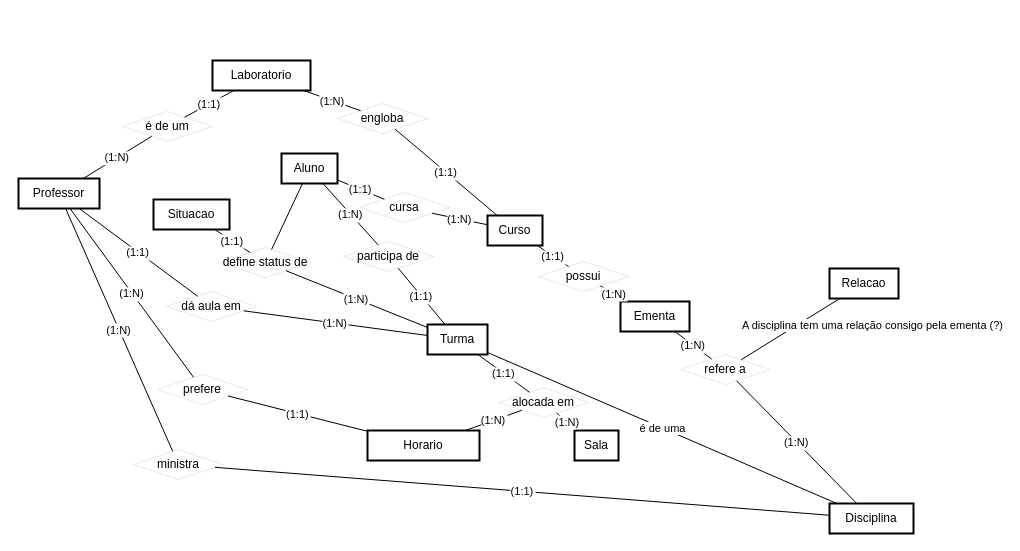
Earlier version of the draw.io diagram page "Conceitual" (1 of 8) of Files/Texto/Markdown/Diagrama ER.drawio (UENF-Organizacao-de-Disciplinas/INF01131-Monografia). Source tidied: cells renumbered, new cells numbered last; positions are measured from the earlier drawing's top-left corner, leaving out a move shared by most shapes. Both pictures are drawn from the tidied source at 100%, with x=0, y=0 at pixel (18, 60).
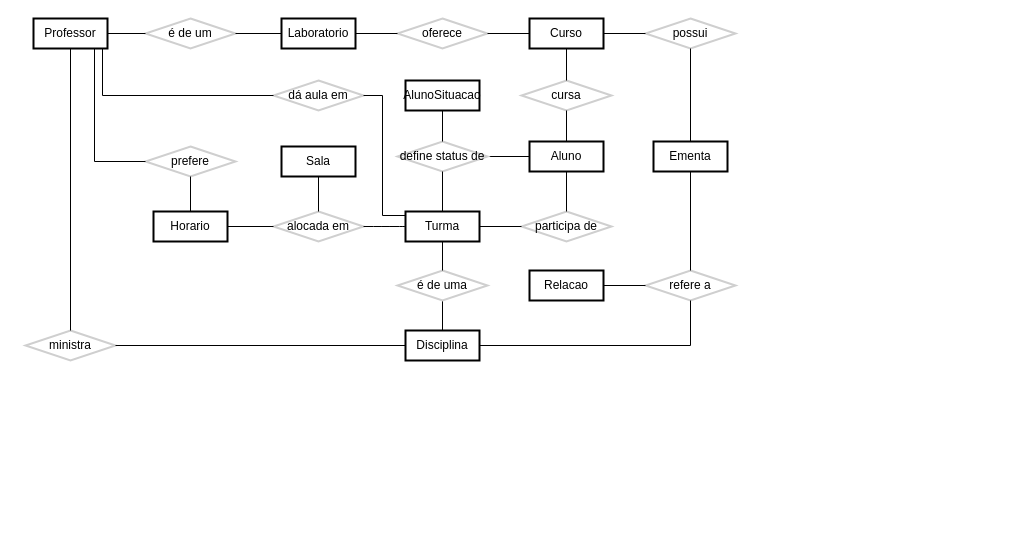
Above is the later version.

The edit, as a diff of the source:
```diff
@@
     <mxCell id="2" value="Aluno" style="whiteSpace=wrap;strokeWidth=2;" parent="1" vertex="1">
-      <mxGeometry x="263" y="93" width="56" height="30" as="geometry" />
+      <mxGeometry x="511" y="81" width="74" height="30" as="geometry" />
     </mxCell>
-    <mxCell id="3" value="cursa" style="rhombus;strokeWidth=0;whiteSpace=wrap;fillColor=none;strokeColor=#310c0c;" parent="1" vertex="1">
-      <mxGeometry x="341" y="132" width="90" height="30" as="geometry" />
+    <mxCell id="3" value="cursa" style="rhombus;strokeWidth=2;whiteSpace=wrap;fillColor=none;strokeColor=#CFCFCF;" parent="1" vertex="1">
+      <mxGeometry x="503" y="20" width="90" height="30" as="geometry" />
     </mxCell>
     <mxCell id="4" value="Curso" style="whiteSpace=wrap;strokeWidth=2;" parent="1" vertex="1">
-      <mxGeometry x="469" y="155" width="55" height="30" as="geometry" />
+      <mxGeometry x="511" y="-42" width="74" height="30" as="geometry" />
     </mxCell>
-    <mxCell id="5" value="possui" style="rhombus;strokeWidth=0;whiteSpace=wrap;fillColor=none;strokeColor=#310c0c;" parent="1" vertex="1">
-      <mxGeometry x="520" y="201" width="90" height="30" as="geometry" />
+    <mxCell id="5" value="possui" style="rhombus;strokeWidth=2;whiteSpace=wrap;fillColor=none;strokeColor=#CFCFCF;" parent="1" vertex="1">
+      <mxGeometry x="627" y="-42" width="90" height="30" as="geometry" />
     </mxCell>
     <mxCell id="6" value="Ementa" style="whiteSpace=wrap;strokeWidth=2;" parent="1" vertex="1">
-      <mxGeometry x="602" y="241" width="69" height="30" as="geometry" />
+      <mxGeometry x="635" y="81" width="74" height="30" as="geometry" />
     </mxCell>
-    <mxCell id="7" value="engloba" style="rhombus;strokeWidth=0;whiteSpace=wrap;fillColor=none;strokeColor=#310c0c;" parent="1" vertex="1">
-      <mxGeometry x="319" y="43" width="90" height="30" as="geometry" />
+    <mxCell id="7" value="oferece" style="rhombus;strokeWidth=2;whiteSpace=wrap;fillColor=none;strokeColor=#CFCFCF;" parent="1" vertex="1">
+      <mxGeometry x="379" y="-42" width="90" height="30" as="geometry" />
     </mxCell>
     <mxCell id="8" value="Laboratorio" style="whiteSpace=wrap;strokeWidth=2;" parent="1" vertex="1">
-      <mxGeometry x="194" width="98" height="30" as="geometry" />
+      <mxGeometry x="263" y="-42" width="74" height="30" as="geometry" />
     </mxCell>
-    <mxCell id="9" value="é de um" style="rhombus;strokeWidth=0;whiteSpace=wrap;fillColor=none;strokeColor=#310c0c;" parent="1" vertex="1">
-      <mxGeometry x="104" y="51" width="90" height="30" as="geometry" />
+    <mxCell id="9" value="é de um" style="rhombus;strokeWidth=2;whiteSpace=wrap;fillColor=none;strokeColor=#CFCFCF;" parent="1" vertex="1">
+      <mxGeometry x="127" y="-42" width="90" height="30" as="geometry" />
     </mxCell>
-    <mxCell id="10" value="A disciplina tem uma relação consigo pela ementa (?)" style="rounded=0;jettySize=auto;html=1;startArrow=none;startFill=0;endArrow=none;endFill=0;" parent="1" edge="1" source="14" target="50">
-      <mxGeometry x="1" y="-42" relative="1" as="geometry">
-        <mxPoint x="11" y="-9" as="offset" />
-      </mxGeometry>
-    </mxCell>
-    <mxCell id="11" value="é de uma" style="rounded=0;jettySize=auto;html=1;endArrow=none;endFill=0;" parent="1" edge="1" source="12" target="39">
+    <mxCell id="11" style="rounded=0;jettySize=auto;html=1;endArrow=none;endFill=0;" parent="1" edge="1" source="12" target="52">
       <mxGeometry relative="1" as="geometry" />
     </mxCell>
     <mxCell id="12" value="Disciplina" style="whiteSpace=wrap;strokeWidth=2;" parent="1" vertex="1">
-      <mxGeometry x="811" y="443" width="84" height="30" as="geometry" />
+      <mxGeometry x="387" y="270" width="74" height="30" as="geometry" />
     </mxCell>
-    <mxCell id="13" value="ministra" style="rhombus;strokeWidth=0;whiteSpace=wrap;fillColor=none;strokeColor=#310c0c;" parent="1" vertex="1">
-      <mxGeometry x="115" y="389" width="90" height="30" as="geometry" />
+    <mxCell id="13" value="ministra" style="rhombus;strokeWidth=2;whiteSpace=wrap;fillColor=none;strokeColor=#CFCFCF;" parent="1" vertex="1">
+      <mxGeometry x="7" y="270" width="90" height="30" as="geometry" />
     </mxCell>
-    <mxCell id="14" value="refere a" style="rhombus;strokeWidth=0;whiteSpace=wrap;fillColor=none;strokeColor=#310c0c;" parent="1" vertex="1">
-      <mxGeometry x="662" y="294" width="90" height="30" as="geometry" />
+    <mxCell id="14" value="refere a" style="rhombus;strokeWidth=2;whiteSpace=wrap;fillColor=none;strokeColor=#CFCFCF;" parent="1" vertex="1">
+      <mxGeometry x="627" y="210" width="90" height="30" as="geometry" />
     </mxCell>
-    <mxCell id="15" value="participa de" style="rhombus;strokeWidth=0;whiteSpace=wrap;fillColor=none;strokeColor=#310c0c;" parent="1" vertex="1">
-      <mxGeometry x="325" y="181" width="90" height="30" as="geometry" />
+    <mxCell id="15" value="participa de" style="rhombus;strokeWidth=2;whiteSpace=wrap;fillColor=none;strokeColor=#CFCFCF;" parent="1" vertex="1">
+      <mxGeometry x="503" y="151" width="90" height="30" as="geometry" />
     </mxCell>
-    <mxCell id="16" value="dá aula em" style="rhombus;strokeWidth=0;whiteSpace=wrap;fillColor=none;strokeColor=#310c0c;" parent="1" vertex="1">
-      <mxGeometry x="148" y="231" width="90" height="30" as="geometry" />
+    <mxCell id="16" value="dá aula em" style="rhombus;strokeWidth=2;whiteSpace=wrap;fillColor=none;strokeColor=#CFCFCF;" parent="1" vertex="1">
+      <mxGeometry x="255" y="20" width="90" height="30" as="geometry" />
     </mxCell>
-    <mxCell id="17" value="(1:1)" style="startArrow=none;endArrow=none;rounded=0;startFill=0;endFill=0;elbow=vertical;jumpStyle=none;shadow=0;" parent="1" edge="1" source="2" target="3">
+    <mxCell id="17" style="startArrow=none;endArrow=none;rounded=0;startFill=0;endFill=0;elbow=vertical;jumpStyle=none;shadow=0;" parent="1" edge="1" source="2" target="3">
       <mxGeometry relative="1" as="geometry" />
     </mxCell>
-    <mxCell id="18" value="(1:N)" style="startArrow=none;endArrow=none;rounded=0;startFill=0;endFill=0;elbow=vertical;jumpStyle=none;shadow=0;" parent="1" edge="1" source="3" target="4">
-      <mxGeometry relative="1" as="geometry" />
+    <mxCell id="18" style="startArrow=none;endArrow=none;rounded=0;startFill=0;endFill=0;elbow=vertical;jumpStyle=none;shadow=0;" parent="1" edge="1" source="3" target="4">
+      <mxGeometry x="-0.01" relative="1" as="geometry" />
     </mxCell>
-    <mxCell id="19" value="(1:1)" style="startArrow=none;endArrow=none;rounded=0;startFill=0;endFill=0;elbow=vertical;jumpStyle=none;shadow=0;" parent="1" edge="1" source="4" target="5">
+    <mxCell id="19" style="startArrow=none;endArrow=none;rounded=0;startFill=0;endFill=0;elbow=vertical;jumpStyle=none;shadow=0;" parent="1" edge="1" source="4" target="5">
       <mxGeometry relative="1" as="geometry" />
     </mxCell>
-    <mxCell id="20" value="(1:N)" style="startArrow=none;endArrow=none;rounded=0;startFill=0;endFill=0;elbow=vertical;jumpStyle=none;shadow=0;" parent="1" edge="1" source="5" target="6">
+    <mxCell id="20" style="startArrow=none;endArrow=none;rounded=0;startFill=0;endFill=0;elbow=vertical;jumpStyle=none;shadow=0;" parent="1" edge="1" source="5" target="6">
       <mxGeometry relative="1" as="geometry" />
     </mxCell>
-    <mxCell id="21" value="(1:1)" style="startArrow=none;endArrow=none;rounded=0;startFill=0;endFill=0;elbow=vertical;jumpStyle=none;shadow=0;" parent="1" edge="1" source="4" target="7">
+    <mxCell id="21" style="startArrow=none;endArrow=none;rounded=0;startFill=0;endFill=0;elbow=vertical;jumpStyle=none;shadow=0;" parent="1" edge="1" source="4" target="7">
       <mxGeometry relative="1" as="geometry" />
     </mxCell>
-    <mxCell id="22" value="(1:N)" style="startArrow=none;endArrow=none;rounded=0;startFill=0;endFill=0;elbow=vertical;jumpStyle=none;shadow=0;" parent="1" edge="1" source="7" target="8">
+    <mxCell id="22" style="startArrow=none;endArrow=none;rounded=0;startFill=0;endFill=0;elbow=vertical;jumpStyle=none;shadow=0;" parent="1" edge="1" source="7" target="8">
       <mxGeometry relative="1" as="geometry" />
     </mxCell>
-    <mxCell id="23" value="(1:N)" style="startArrow=none;endArrow=none;rounded=0;startFill=0;endFill=0;elbow=vertical;jumpStyle=none;shadow=0;" parent="1" edge="1" source="46" target="9">
+    <mxCell id="23" style="startArrow=none;endArrow=none;rounded=0;startFill=0;endFill=0;elbow=vertical;jumpStyle=none;shadow=0;" parent="1" edge="1" source="46" target="9">
       <mxGeometry relative="1" as="geometry" />
     </mxCell>
-    <mxCell id="24" value="(1:1)" style="startArrow=none;endArrow=none;rounded=0;startFill=0;endFill=0;elbow=vertical;jumpStyle=none;shadow=0;" parent="1" edge="1" source="9" target="8">
+    <mxCell id="24" style="startArrow=none;endArrow=none;rounded=0;startFill=0;endFill=0;elbow=vertical;jumpStyle=none;shadow=0;" parent="1" edge="1" source="9" target="8">
       <mxGeometry relative="1" as="geometry" />
     </mxCell>
-    <mxCell id="25" value="(1:1)" style="startArrow=none;endArrow=none;rounded=0;strokeColor=default;jumpStyle=none;startFill=0;endFill=0;elbow=vertical;shadow=0;" parent="1" edge="1" source="12" target="13">
+    <mxCell id="25" style="startArrow=none;endArrow=none;rounded=0;strokeColor=default;jumpStyle=none;startFill=0;endFill=0;elbow=vertical;shadow=0;" parent="1" edge="1" source="12" target="13">
       <mxGeometry relative="1" as="geometry" />
     </mxCell>
-    <mxCell id="26" value="(1:N)" style="startArrow=none;endArrow=none;rounded=0;startFill=0;endFill=0;elbow=vertical;jumpStyle=none;shadow=0;" parent="1" edge="1" source="13" target="46">
+    <mxCell id="26" style="startArrow=none;endArrow=none;rounded=0;startFill=0;endFill=0;elbow=vertical;jumpStyle=none;shadow=0;" parent="1" edge="1" source="13" target="46">
       <mxGeometry relative="1" as="geometry" />
     </mxCell>
@@
-    <mxCell id="28" value="(1:N)" style="startArrow=none;endArrow=none;rounded=0;startFill=0;endFill=0;elbow=vertical;jumpStyle=none;shadow=0;" parent="1" edge="1" source="12" target="14">
+    <mxCell id="28" style="startArrow=none;endArrow=none;rounded=0;startFill=0;endFill=0;elbow=vertical;jumpStyle=none;shadow=0;edgeStyle=orthogonalEdgeStyle;" parent="1" edge="1" source="12" target="14">
       <mxGeometry relative="1" as="geometry" />
     </mxCell>
-    <mxCell id="29" value="(1:N)" style="startArrow=none;endArrow=none;rounded=0;startFill=0;endFill=0;elbow=vertical;jumpStyle=none;shadow=0;" parent="1" edge="1" source="14" target="6">
+    <mxCell id="29" style="startArrow=none;endArrow=none;rounded=0;startFill=0;endFill=0;elbow=vertical;jumpStyle=none;shadow=0;" parent="1" edge="1" source="14" target="6">
       <mxGeometry relative="1" as="geometry" />
     </mxCell>
-    <mxCell id="30" value="(1:1)" style="startArrow=none;endArrow=none;rounded=0;startFill=0;endFill=0;elbow=vertical;jumpStyle=none;shadow=0;" parent="1" edge="1" source="39" target="15">
+    <mxCell id="30" style="startArrow=none;endArrow=none;rounded=0;startFill=0;endFill=0;elbow=vertical;jumpStyle=none;shadow=0;" parent="1" edge="1" source="39" target="15">
       <mxGeometry relative="1" as="geometry" />
     </mxCell>
-    <mxCell id="31" value="(1:N)" style="startArrow=none;endArrow=none;rounded=0;startFill=0;endFill=0;elbow=vertical;jumpStyle=none;shadow=0;" parent="1" edge="1" source="15" target="2">
+    <mxCell id="31" style="startArrow=none;endArrow=none;rounded=0;startFill=0;endFill=0;elbow=vertical;jumpStyle=none;shadow=0;" parent="1" edge="1" source="15" target="2">
       <mxGeometry relative="1" as="geometry" />
     </mxCell>
-    <mxCell id="32" value="(1:N)" style="startArrow=none;endArrow=none;rounded=0;startFill=0;endFill=0;elbow=vertical;jumpStyle=none;shadow=0;" parent="1" edge="1" source="39" target="16">
-      <mxGeometry relative="1" as="geometry" />
+    <mxCell id="32" style="startArrow=none;endArrow=none;rounded=0;startFill=0;endFill=0;elbow=vertical;jumpStyle=none;shadow=0;edgeStyle=orthogonalEdgeStyle;" parent="1" edge="1" source="39" target="16">
+      <mxGeometry relative="1" as="geometry">
+        <Array as="points">
+          <mxPoint x="364" y="155" />
+          <mxPoint x="364" y="35" />
+        </Array>
+      </mxGeometry>
     </mxCell>
-    <mxCell id="33" value="(1:1)" style="startArrow=none;endArrow=none;rounded=0;startFill=0;endFill=0;elbow=vertical;jumpStyle=none;shadow=0;" parent="1" edge="1" source="16" target="46">
-      <mxGeometry relative="1" as="geometry" />
+    <mxCell id="33" style="startArrow=none;endArrow=none;rounded=0;startFill=0;endFill=0;elbow=vertical;jumpStyle=none;shadow=0;edgeStyle=orthogonalEdgeStyle;" parent="1" edge="1" source="16" target="46">
+      <mxGeometry relative="1" as="geometry">
+        <Array as="points">
+          <mxPoint x="84" y="35" />
+        </Array>
+      </mxGeometry>
     </mxCell>
-    <mxCell id="34" value="Situacao" style="whiteSpace=wrap;strokeWidth=2;" parent="1" vertex="1">
-      <mxGeometry x="135" y="139" width="76" height="30" as="geometry" />
+    <mxCell id="34" value="AlunoSituacao" style="whiteSpace=wrap;strokeWidth=2;" parent="1" vertex="1">
+      <mxGeometry x="387" y="20" width="74" height="30" as="geometry" />
     </mxCell>
@@
-    <mxCell id="36" value="define status de" style="rhombus;strokeWidth=0;whiteSpace=wrap;fillColor=none;strokeColor=#310c0c;" parent="1" vertex="1">
-      <mxGeometry x="202" y="187" width="90" height="30" as="geometry" />
+    <mxCell id="36" value="define status de" style="rhombus;strokeWidth=2;whiteSpace=wrap;fillColor=none;strokeColor=#CFCFCF;" parent="1" vertex="1">
+      <mxGeometry x="379" y="81" width="90" height="30" as="geometry" />
     </mxCell>
-    <mxCell id="37" value="(1:1)" style="startArrow=none;endArrow=none;rounded=0;startFill=0;endFill=0;elbow=vertical;jumpStyle=none;shadow=0;" parent="1" edge="1" source="34" target="36">
+    <mxCell id="37" style="startArrow=none;endArrow=none;rounded=0;startFill=0;endFill=0;elbow=vertical;jumpStyle=none;shadow=0;" parent="1" edge="1" source="34" target="36">
       <mxGeometry relative="1" as="geometry" />
     </mxCell>
-    <mxCell id="38" value="(1:N)" style="startArrow=none;endArrow=none;rounded=0;startFill=0;endFill=0;elbow=vertical;jumpStyle=none;shadow=0;" parent="1" edge="1" source="36" target="39">
+    <mxCell id="38" style="startArrow=none;endArrow=none;rounded=0;startFill=0;endFill=0;elbow=vertical;jumpStyle=none;shadow=0;" parent="1" edge="1" source="36" target="39">
       <mxGeometry relative="1" as="geometry" />
     </mxCell>
     <mxCell id="39" value="Turma" style="whiteSpace=wrap;strokeWidth=2;" parent="1" vertex="1">
-      <mxGeometry x="409" y="264" width="60" height="30" as="geometry" />
+      <mxGeometry x="387" y="151" width="74" height="30" as="geometry" />
     </mxCell>
-    <mxCell id="40" value="alocada em" style="rhombus;strokeWidth=0;whiteSpace=wrap;fillColor=none;strokeColor=#310c0c;" parent="1" vertex="1">
-      <mxGeometry x="480" y="327" width="90" height="30" as="geometry" />
+    <mxCell id="40" value="alocada em" style="rhombus;strokeWidth=2;whiteSpace=wrap;fillColor=none;strokeColor=#CFCFCF;" parent="1" vertex="1">
+      <mxGeometry x="255" y="151" width="90" height="30" as="geometry" />
     </mxCell>
     <mxCell id="41" value="Horario" style="whiteSpace=wrap;strokeWidth=2;" parent="1" vertex="1">
-      <mxGeometry x="349" y="370" width="112" height="30" as="geometry" />
+      <mxGeometry x="135" y="151" width="74" height="30" as="geometry" />
     </mxCell>
     <mxCell id="42" value="Sala" style="whiteSpace=wrap;strokeWidth=2;" parent="1" vertex="1">
-      <mxGeometry x="556" y="370" width="44" height="30" as="geometry" />
+      <mxGeometry x="263" y="86" width="74" height="30" as="geometry" />
     </mxCell>
-    <mxCell id="43" value="(1:1)" style="curved=1;startArrow=none;endArrow=none;rounded=0;endFill=0;" parent="1" edge="1" source="39" target="40">
+    <mxCell id="43" style="curved=1;startArrow=none;endArrow=none;rounded=0;endFill=0;" parent="1" edge="1" source="39" target="40">
       <mxGeometry relative="1" as="geometry" />
     </mxCell>
-    <mxCell id="44" value="(1:N)" style="startArrow=none;endArrow=none;rounded=0;startFill=0;endFill=0;elbow=vertical;jumpStyle=none;shadow=0;" parent="1" edge="1" source="40" target="41">
+    <mxCell id="44" style="startArrow=none;endArrow=none;rounded=0;startFill=0;endFill=0;elbow=vertical;jumpStyle=none;shadow=0;" parent="1" edge="1" source="40" target="41">
       <mxGeometry relative="1" as="geometry" />
     </mxCell>
-    <mxCell id="45" value="(1:N)" style="startArrow=none;endArrow=none;rounded=0;startFill=0;endFill=0;elbow=vertical;jumpStyle=none;shadow=0;" parent="1" edge="1" source="40" target="42">
+    <mxCell id="45" style="startArrow=none;endArrow=none;rounded=0;startFill=0;endFill=0;elbow=vertical;jumpStyle=none;shadow=0;" parent="1" edge="1" source="40" target="42">
       <mxGeometry relative="1" as="geometry" />
     </mxCell>
     <mxCell id="46" value="Professor" style="whiteSpace=wrap;strokeWidth=2;" parent="1" vertex="1">
-      <mxGeometry y="118" width="81" height="30" as="geometry" />
+      <mxGeometry x="15" y="-42" width="74" height="30" as="geometry" />
     </mxCell>
-    <mxCell id="47" value="prefere" style="rhombus;strokeWidth=0;whiteSpace=wrap;fillColor=none;strokeColor=#310c0c;" parent="1" vertex="1">
-      <mxGeometry x="139" y="314" width="90" height="30" as="geometry" />
+    <mxCell id="47" value="prefere" style="rhombus;strokeWidth=2;whiteSpace=wrap;fillColor=none;strokeColor=#CFCFCF;" parent="1" vertex="1">
+      <mxGeometry x="127" y="86" width="90" height="30" as="geometry" />
     </mxCell>
-    <mxCell id="48" value="(1:N)" style="startArrow=none;endArrow=none;rounded=0;startFill=0;endFill=0;elbow=vertical;jumpStyle=none;shadow=0;" parent="1" edge="1" source="46" target="47">
-      <mxGeometry relative="1" as="geometry" />
+    <mxCell id="48" style="startArrow=none;endArrow=none;rounded=0;startFill=0;endFill=0;elbow=vertical;jumpStyle=none;shadow=0;edgeStyle=orthogonalEdgeStyle;" parent="1" edge="1" source="46" target="47">
+      <mxGeometry relative="1" as="geometry">
+        <Array as="points">
+          <mxPoint x="76" y="101" />
+        </Array>
+      </mxGeometry>
     </mxCell>
-    <mxCell id="49" value="(1:1)" style="startArrow=none;endArrow=none;rounded=0;startFill=0;endFill=0;elbow=vertical;jumpStyle=none;shadow=0;" parent="1" edge="1" source="47" target="41">
+    <mxCell id="49" style="startArrow=none;endArrow=none;rounded=0;startFill=0;endFill=0;elbow=vertical;jumpStyle=none;shadow=0;" parent="1" edge="1" source="47" target="41">
       <mxGeometry relative="1" as="geometry" />
     </mxCell>
     <mxCell id="50" value="Relacao" style="whiteSpace=wrap;strokeWidth=2;" parent="1" vertex="1">
-      <mxGeometry x="811" y="208" width="69" height="30" as="geometry" />
+      <mxGeometry x="511" y="210" width="74" height="30" as="geometry" />
     </mxCell>
+    <mxCell id="51" style="startArrow=none;endArrow=none;rounded=0;startFill=0;endFill=0;elbow=vertical;jumpStyle=none;shadow=0;" parent="1" edge="1" source="50" target="14">
+      <mxGeometry relative="1" as="geometry" />
+    </mxCell>
+    <mxCell id="52" value="é de uma" style="rhombus;strokeWidth=2;whiteSpace=wrap;fillColor=none;strokeColor=#CFCFCF;" parent="1" vertex="1">
+      <mxGeometry x="379" y="210" width="90" height="30" as="geometry" />
+    </mxCell>
+    <mxCell id="53" style="rounded=0;jettySize=auto;html=1;endArrow=none;endFill=0;" parent="1" edge="1" source="39" target="52">
+      <mxGeometry relative="1" as="geometry" />
+    </mxCell>
```
